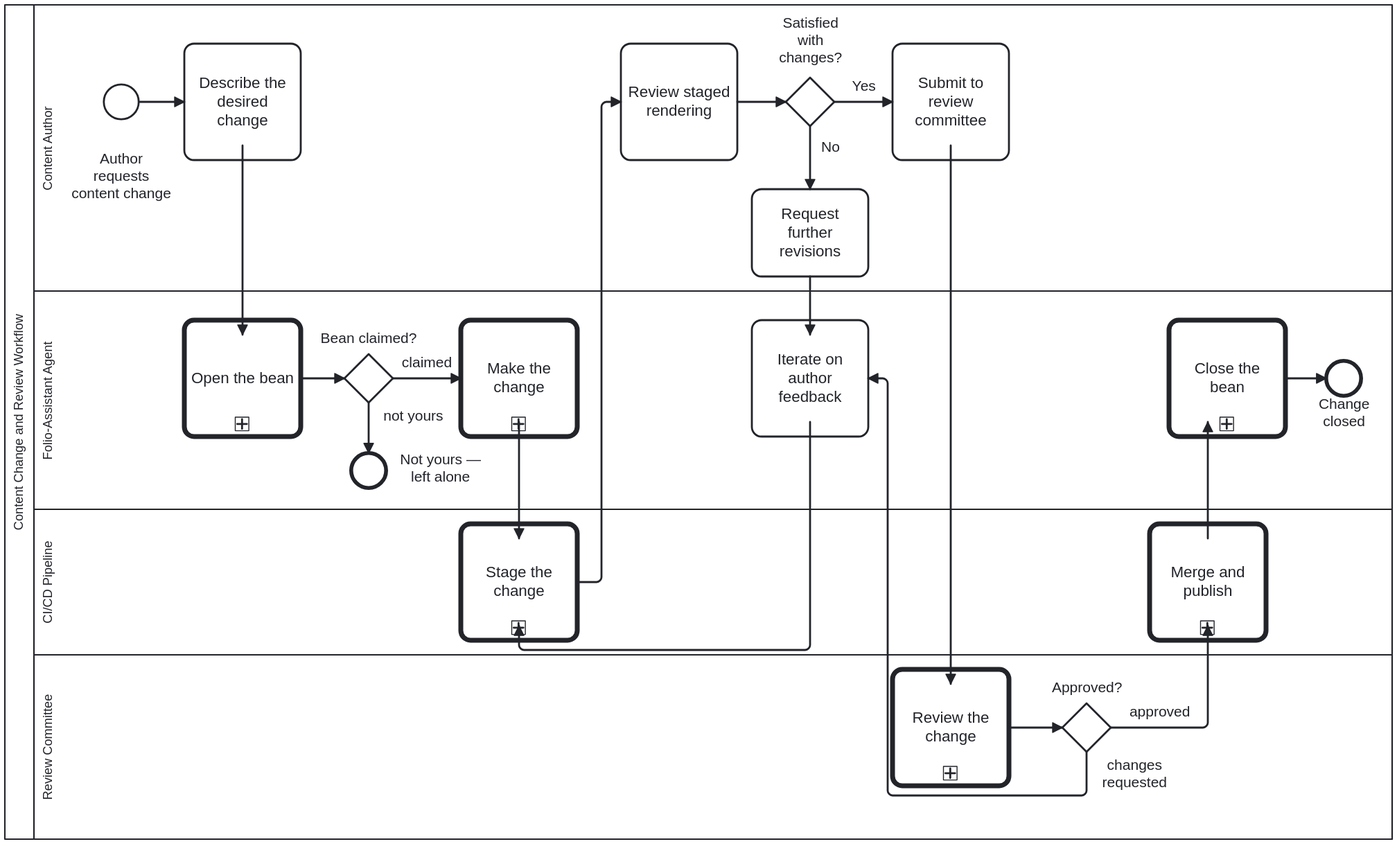
Above: processes/content/content-change-review.svg in litlfred/folio-assistant-core (BPMN), before the change. Its source is kept beside it as processes/content/content-change-review.bpmn. Ids are renumbered.
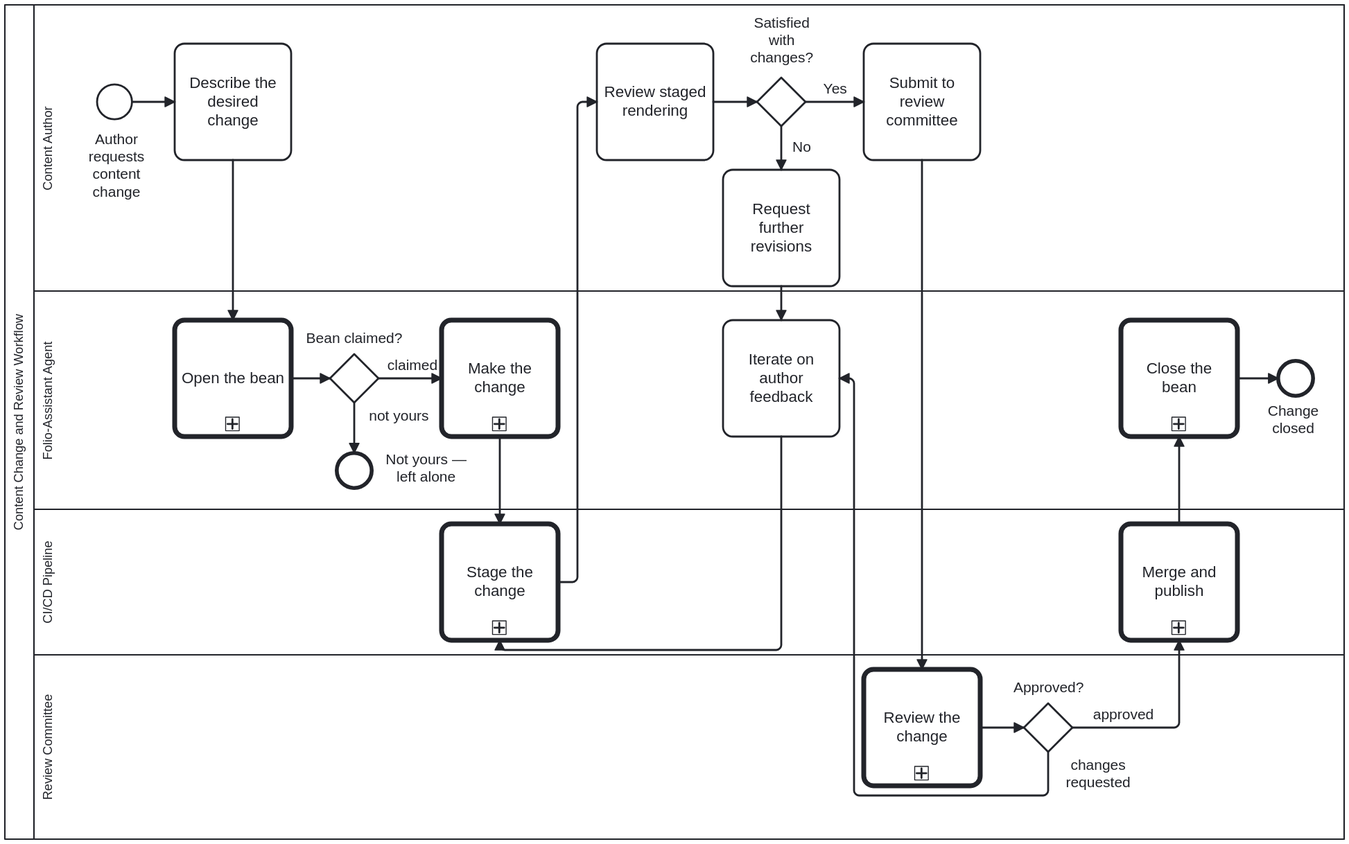
The same diagram one commit later.

Diff of the diagram source:
```diff
@@ -211,172 +211,182 @@
   <bpmndi:BPMNDiagram id="BPMNDiagram_ContentChangeReview">
     <bpmndi:BPMNPlane id="BPMNPlane_ContentChangeReview" bpmnElement="Collaboration_ContentChangeReview">
       <bpmndi:BPMNShape id="Participant_ContentChangeReview_di" bpmnElement="Participant_ContentChangeReview" isHorizontal="true">
-        <dc:Bounds x="100" y="80" width="1430" height="860" />
+        <dc:Bounds x="100" y="80" width="1380" height="860" />
       </bpmndi:BPMNShape>
       <bpmndi:BPMNShape id="Lane_Author_di" bpmnElement="Lane_Author" isHorizontal="true">
-        <dc:Bounds x="130" y="80" width="1400" height="295" />
+        <dc:Bounds x="130" y="80" width="1350" height="295" />
       </bpmndi:BPMNShape>
       <bpmndi:BPMNShape id="Lane_Agent_di" bpmnElement="Lane_Agent" isHorizontal="true">
-        <dc:Bounds x="130" y="375" width="1400" height="225" />
+        <dc:Bounds x="130" y="375" width="1350" height="225" />
       </bpmndi:BPMNShape>
       <bpmndi:BPMNShape id="Lane_Pipeline_di" bpmnElement="Lane_Pipeline" isHorizontal="true">
-        <dc:Bounds x="130" y="600" width="1400" height="150" />
+        <dc:Bounds x="130" y="600" width="1350" height="150" />
       </bpmndi:BPMNShape>
       <bpmndi:BPMNShape id="Lane_Reviewer_di" bpmnElement="Lane_Reviewer" isHorizontal="true">
-        <dc:Bounds x="130" y="750" width="1400" height="190" />
+        <dc:Bounds x="130" y="750" width="1350" height="190" />
       </bpmndi:BPMNShape>
       <bpmndi:BPMNShape id="Start_Author_di" bpmnElement="Start_Author">
-        <dc:Bounds x="202" y="162" width="36" height="36" />
-
-      <bpmndi:BPMNLabel>
-          <dc:Bounds x="165" y="230" width="110" height="40" />
-        </bpmndi:BPMNLabel></bpmndi:BPMNShape>
+        <dc:Bounds x="195" y="162" width="36" height="36" />
+        <bpmndi:BPMNLabel>
+          <dc:Bounds x="170" y="210" width="90" height="54" />
+        </bpmndi:BPMNLabel>
+      </bpmndi:BPMNShape>
       <bpmndi:BPMNShape id="Task_DescribeChange_di" bpmnElement="Task_DescribeChange">
-        <dc:Bounds x="285" y="120" width="120" height="120" />
+        <dc:Bounds x="275" y="120" width="120" height="120" />
       </bpmndi:BPMNShape>
       <bpmndi:BPMNShape id="Call_BeanOpen_di" bpmnElement="Call_BeanOpen">
-        <dc:Bounds x="285" y="405" width="120" height="120" />
+        <dc:Bounds x="275" y="405" width="120" height="120" />
       </bpmndi:BPMNShape>
       <bpmndi:BPMNShape id="GW_BeanYours_di" bpmnElement="GW_BeanYours">
-        <dc:Bounds x="450" y="440" width="50" height="50" />
-
-      <bpmndi:BPMNLabel>
-          <dc:Bounds x="425" y="415" width="100" height="20" />
-        </bpmndi:BPMNLabel></bpmndi:BPMNShape>
+        <dc:Bounds x="435" y="440" width="50" height="50" />
+        <bpmndi:BPMNLabel>
+          <dc:Bounds x="410" y="415" width="100" height="20" />
+        </bpmndi:BPMNLabel>
+      </bpmndi:BPMNShape>
       <bpmndi:BPMNShape id="End_BeanNotYours_di" bpmnElement="End_BeanNotYours">
-        <dc:Bounds x="457" y="542" width="36" height="36" />
-
-      <bpmndi:BPMNLabel>
-          <dc:Bounds x="499" y="540" width="100" height="40" />
-        </bpmndi:BPMNLabel></bpmndi:BPMNShape>
+        <dc:Bounds x="442" y="542" width="36" height="36" />
+        <bpmndi:BPMNLabel>
+          <dc:Bounds x="484" y="540" width="100" height="40" />
+        </bpmndi:BPMNLabel>
+      </bpmndi:BPMNShape>
       <bpmndi:BPMNShape id="Call_MakeChange_di" bpmnElement="Call_MakeChange">
-        <dc:Bounds x="570" y="405" width="120" height="120" />
+        <dc:Bounds x="550" y="405" width="120" height="120" />
       </bpmndi:BPMNShape>
       <bpmndi:BPMNShape id="Call_StageChange_di" bpmnElement="Call_StageChange">
-        <dc:Bounds x="570" y="615" width="120" height="120" />
+        <dc:Bounds x="550" y="615" width="120" height="120" />
       </bpmndi:BPMNShape>
       <bpmndi:BPMNShape id="Task_ReviewStaging_di" bpmnElement="Task_ReviewStaging">
-        <dc:Bounds x="735" y="120" width="120" height="120" />
+        <dc:Bounds x="710" y="120" width="120" height="120" />
       </bpmndi:BPMNShape>
       <bpmndi:BPMNShape id="GW_AuthorSatisfied_di" bpmnElement="GW_AuthorSatisfied">
-        <dc:Bounds x="905" y="155" width="50" height="50" />
-
-      <bpmndi:BPMNLabel>
-          <dc:Bounds x="880" y="90" width="100" height="60" />
-        </bpmndi:BPMNLabel></bpmndi:BPMNShape>
+        <dc:Bounds x="875" y="155" width="50" height="50" />
+        <bpmndi:BPMNLabel>
+          <dc:Bounds x="850" y="90" width="100" height="60" />
+        </bpmndi:BPMNLabel>
+      </bpmndi:BPMNShape>
       <bpmndi:BPMNShape id="Task_RequestRevision_di" bpmnElement="Task_RequestRevision">
-        <dc:Bounds x="870" y="270" width="120" height="90" />
+        <dc:Bounds x="840" y="250" width="120" height="120" />
       </bpmndi:BPMNShape>
       <bpmndi:BPMNShape id="Task_Iterate_di" bpmnElement="Task_Iterate">
-        <dc:Bounds x="870" y="405" width="120" height="120" />
+        <dc:Bounds x="840" y="405" width="120" height="120" />
       </bpmndi:BPMNShape>
       <bpmndi:BPMNShape id="Task_SubmitForReview_di" bpmnElement="Task_SubmitForReview">
-        <dc:Bounds x="1015" y="120" width="120" height="120" />
+        <dc:Bounds x="985" y="120" width="120" height="120" />
       </bpmndi:BPMNShape>
       <bpmndi:BPMNShape id="Call_CommitteeReview_di" bpmnElement="Call_CommitteeReview">
-        <dc:Bounds x="1015" y="765" width="120" height="120" />
+        <dc:Bounds x="985" y="765" width="120" height="120" />
       </bpmndi:BPMNShape>
       <bpmndi:BPMNShape id="GW_CommitteeApproved_di" bpmnElement="GW_CommitteeApproved">
-        <dc:Bounds x="1190" y="800" width="50" height="50" />
-
-      <bpmndi:BPMNLabel>
-          <dc:Bounds x="1165" y="775" width="100" height="20" />
-        </bpmndi:BPMNLabel></bpmndi:BPMNShape>
+        <dc:Bounds x="1150" y="800" width="50" height="50" />
+        <bpmndi:BPMNLabel>
+          <dc:Bounds x="1125" y="775" width="100" height="20" />
+        </bpmndi:BPMNLabel>
+      </bpmndi:BPMNShape>
       <bpmndi:BPMNShape id="Call_Publish_di" bpmnElement="Call_Publish">
-        <dc:Bounds x="1280" y="615" width="120" height="120" />
+        <dc:Bounds x="1250" y="615" width="120" height="120" />
       </bpmndi:BPMNShape>
       <bpmndi:BPMNShape id="Call_BeanClose_di" bpmnElement="Call_BeanClose">
-        <dc:Bounds x="1300" y="405" width="120" height="120" />
+        <dc:Bounds x="1250" y="405" width="120" height="120" />
       </bpmndi:BPMNShape>
       <bpmndi:BPMNShape id="End_Agent_di" bpmnElement="End_Agent">
-        <dc:Bounds x="1462" y="447" width="36" height="36" />
+        <dc:Bounds x="1412" y="447" width="36" height="36" />
+        <bpmndi:BPMNLabel>
+          <dc:Bounds x="1385" y="490" width="85" height="24" />
+        </bpmndi:BPMNLabel>
       </bpmndi:BPMNShape>
       <bpmndi:BPMNEdge id="f1_di" bpmnElement="f1">
-        <di:waypoint x="238" y="180" />
-        <di:waypoint x="285" y="180" />
+        <di:waypoint x="231" y="180" />
+        <di:waypoint x="275" y="180" />
       </bpmndi:BPMNEdge>
       <bpmndi:BPMNEdge id="f2_di" bpmnElement="f2">
-        <di:waypoint x="345" y="225" />
-        <di:waypoint x="345" y="420" />
+        <di:waypoint x="335" y="240" />
+        <di:waypoint x="335" y="405" />
       </bpmndi:BPMNEdge>
       <bpmndi:BPMNEdge id="SF_Bean_2_di" bpmnElement="SF_Bean_2">
-        <di:waypoint x="405" y="465" />
-        <di:waypoint x="450" y="465" />
+        <di:waypoint x="395" y="465" />
+        <di:waypoint x="435" y="465" />
       </bpmndi:BPMNEdge>
       <bpmndi:BPMNEdge id="SF_Bean_3_di" bpmnElement="SF_Bean_3">
-        <di:waypoint x="475" y="490" />
-        <di:waypoint x="475" y="542" />
+        <di:waypoint x="460" y="490" />
+        <di:waypoint x="460" y="542" />
         <bpmndi:BPMNLabel>
-          <dc:Bounds x="481" y="495" width="80" height="20" />
+          <dc:Bounds x="466" y="495" width="80" height="20" />
         </bpmndi:BPMNLabel>
       </bpmndi:BPMNEdge>
       <bpmndi:BPMNEdge id="SF_Bean_1_di" bpmnElement="SF_Bean_1">
-        <di:waypoint x="500" y="465" />
-        <di:waypoint x="570" y="465" />
+        <di:waypoint x="485" y="465" />
+        <di:waypoint x="550" y="465" />
+        <bpmndi:BPMNLabel>
+          <dc:Bounds x="492" y="443" width="55" height="18" />
+        </bpmndi:BPMNLabel>
       </bpmndi:BPMNEdge>
       <bpmndi:BPMNEdge id="a7_di" bpmnElement="a7">
-        <di:waypoint x="630" y="510" />
-        <di:waypoint x="630" y="630" />
+        <di:waypoint x="610" y="525" />
+        <di:waypoint x="610" y="615" />
       </bpmndi:BPMNEdge>
       <bpmndi:BPMNEdge id="p4b_di" bpmnElement="p4b">
+        <di:waypoint x="670" y="675" />
         <di:waypoint x="690" y="675" />
-        <di:waypoint x="715" y="675" />
-        <di:waypoint x="715" y="180" />
-        <di:waypoint x="735" y="180" />
+        <di:waypoint x="690" y="180" />
+        <di:waypoint x="710" y="180" />
       </bpmndi:BPMNEdge>
       <bpmndi:BPMNEdge id="f3_di" bpmnElement="f3">
-        <di:waypoint x="855" y="180" />
-        <di:waypoint x="905" y="180" />
+        <di:waypoint x="830" y="180" />
+        <di:waypoint x="875" y="180" />
       </bpmndi:BPMNEdge>
       <bpmndi:BPMNEdge id="f4_di" bpmnElement="f4">
-        <di:waypoint x="930" y="205" />
-        <di:waypoint x="930" y="270" />
+        <di:waypoint x="900" y="205" />
+        <di:waypoint x="900" y="250" />
         <bpmndi:BPMNLabel>
-          <dc:Bounds x="936" y="218" width="30" height="20" />
+          <dc:Bounds x="906" y="218" width="30" height="20" />
         </bpmndi:BPMNLabel>
       </bpmndi:BPMNEdge>
       <bpmndi:BPMNEdge id="f5_di" bpmnElement="f5">
-        <di:waypoint x="930" y="360" />
-        <di:waypoint x="930" y="420" />
+        <di:waypoint x="900" y="370" />
+        <di:waypoint x="900" y="405" />
       </bpmndi:BPMNEdge>
       <bpmndi:BPMNEdge id="flow_iterate_to_pipeline_di" bpmnElement="flow_iterate_to_pipeline">
-        <di:waypoint x="930" y="510" />
-        <di:waypoint x="930" y="745" />
-        <di:waypoint x="630" y="745" />
-        <di:waypoint x="630" y="720" />
+        <di:waypoint x="900" y="525" />
+        <di:waypoint x="900" y="745" />
+        <di:waypoint x="610" y="745" />
+        <di:waypoint x="610" y="735" />
       </bpmndi:BPMNEdge>
       <bpmndi:BPMNEdge id="f6_di" bpmnElement="f6">
-        <di:waypoint x="955" y="180" />
-        <di:waypoint x="1015" y="180" />
+        <di:waypoint x="925" y="180" />
+        <di:waypoint x="985" y="180" />
+        <bpmndi:BPMNLabel>
+          <dc:Bounds x="940" y="158" width="30" height="18" />
+        </bpmndi:BPMNLabel>
       </bpmndi:BPMNEdge>
       <bpmndi:BPMNEdge id="flow_submit_to_reviewer_di" bpmnElement="flow_submit_to_reviewer">
-        <di:waypoint x="1075" y="225" />
-        <di:waypoint x="1075" y="780" />
+        <di:waypoint x="1045" y="240" />
+        <di:waypoint x="1045" y="765" />
       </bpmndi:BPMNEdge>
       <bpmndi:BPMNEdge id="r3_di" bpmnElement="r3">
-        <di:waypoint x="1135" y="825" />
-        <di:waypoint x="1190" y="825" />
+        <di:waypoint x="1105" y="825" />
+        <di:waypoint x="1150" y="825" />
       </bpmndi:BPMNEdge>
       <bpmndi:BPMNEdge id="r5_di" bpmnElement="r5">
-        <di:waypoint x="1215" y="850" />
-        <di:waypoint x="1215" y="895" />
-        <di:waypoint x="1010" y="895" />
-        <di:waypoint x="1010" y="465" />
-        <di:waypoint x="990" y="465" />
-        <bpmndi:BPMNLabel><dc:Bounds x="1219" y="854.5" width="90" height="36" /></bpmndi:BPMNLabel>
+        <di:waypoint x="1175" y="850" />
+        <di:waypoint x="1175" y="895" />
+        <di:waypoint x="975" y="895" />
+        <di:waypoint x="975" y="465" />
+        <di:waypoint x="960" y="465" />
+        <bpmndi:BPMNLabel><dc:Bounds x="1181" y="855" width="90" height="36" /></bpmndi:BPMNLabel>
       </bpmndi:BPMNEdge>
       <bpmndi:BPMNEdge id="r6_di" bpmnElement="r6">
-        <di:waypoint x="1240" y="825" />
-        <di:waypoint x="1340" y="825" />
-        <di:waypoint x="1340" y="720" />
+        <di:waypoint x="1200" y="825" />
+        <di:waypoint x="1310" y="825" />
+        <di:waypoint x="1310" y="735" />
+        <bpmndi:BPMNLabel><dc:Bounds x="1220" y="803" width="65" height="18" /></bpmndi:BPMNLabel>
       </bpmndi:BPMNEdge>
       <bpmndi:BPMNEdge id="p7b_di" bpmnElement="p7b">
-        <di:waypoint x="1340" y="630" />
-        <di:waypoint x="1340" y="510" />
+        <di:waypoint x="1310" y="615" />
+        <di:waypoint x="1310" y="525" />
       </bpmndi:BPMNEdge>
       <bpmndi:BPMNEdge id="SF_Bean_4_di" bpmnElement="SF_Bean_4">
-        <di:waypoint x="1420" y="465" />
-        <di:waypoint x="1462" y="465" />
+        <di:waypoint x="1370" y="465" />
+        <di:waypoint x="1412" y="465" />
       </bpmndi:BPMNEdge>
     </bpmndi:BPMNPlane>
   </bpmndi:BPMNDiagram>
```
